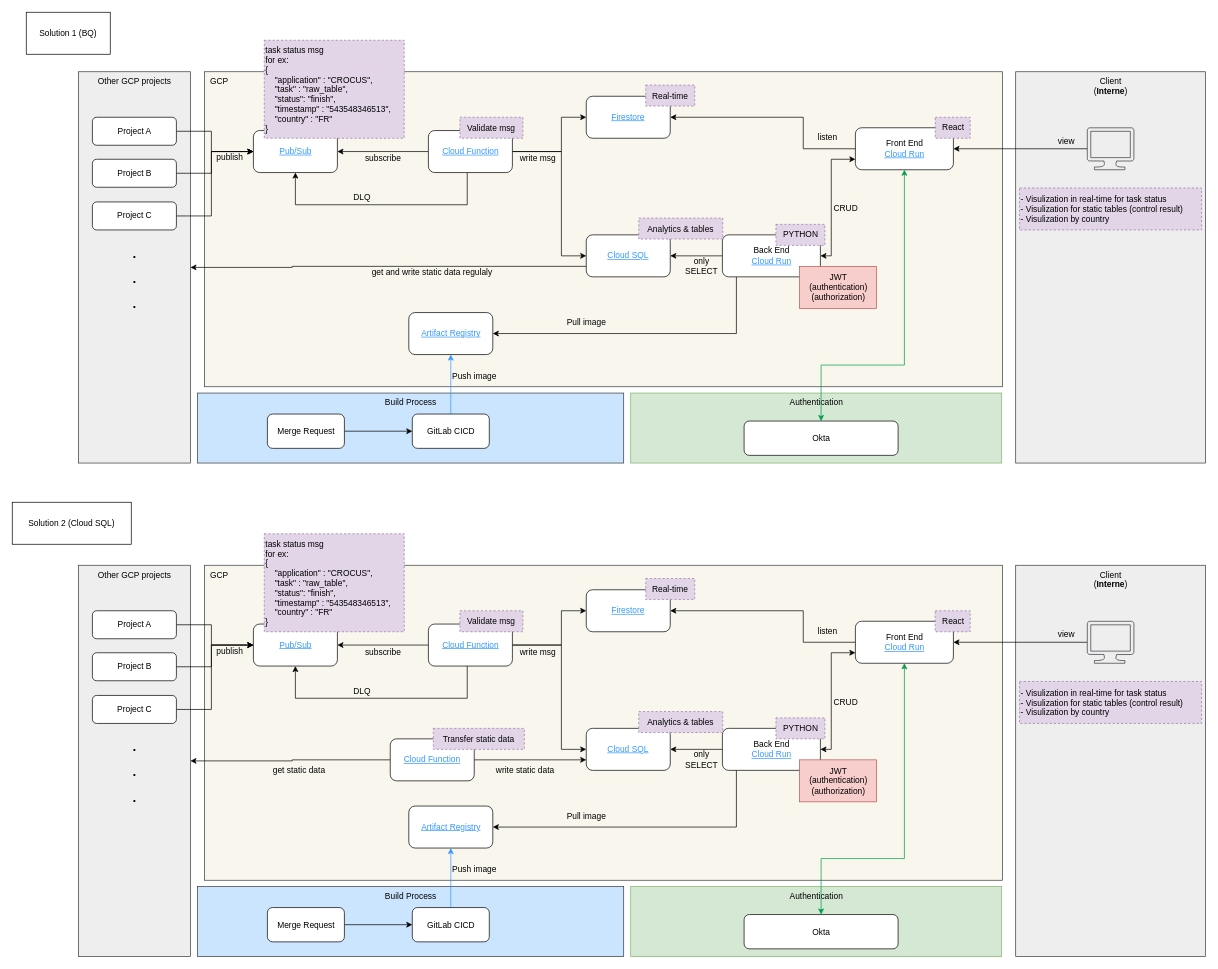
Earlier version of the draw.io diagram suivi_run.drawio (wunyu/drawio). Source tidied: cells renumbered, new cells numbered last; positions are measured from the earlier drawing's top-left corner, leaving out a move shared by most shapes. Both pictures are drawn from the tidied source at 70%, with x=0, y=0 at pixel (12, 12).
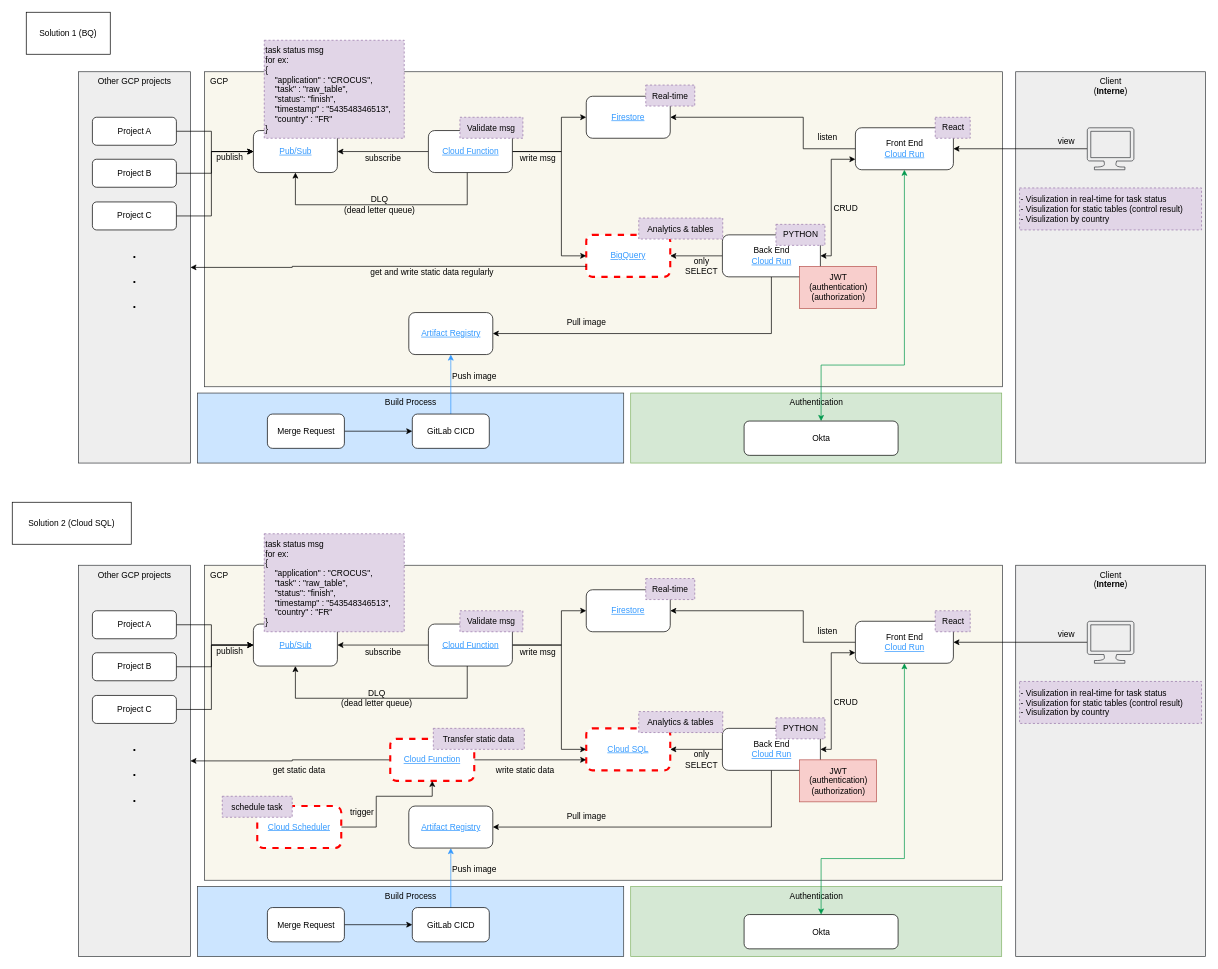
After the change.

Unchanged cells that the change refers to:
```xml
<mxCell id="11" value="Back End&lt;div&gt;&lt;font style=&quot;color: rgb(51, 153, 255);&quot;&gt;&lt;u&gt;Cloud Run&lt;/u&gt;&lt;/font&gt;&lt;/div&gt;" style="rounded=1;whiteSpace=wrap;html=1;" parent="1" vertex="1">
  <mxGeometry x="1014.5" y="1023" width="140" height="60" as="geometry" />
</mxCell>
<mxCell id="18" value="&lt;font style=&quot;color: rgb(51, 153, 255);&quot;&gt;&lt;u&gt;Artifact Registry&lt;/u&gt;&lt;/font&gt;" style="rounded=1;whiteSpace=wrap;html=1;" parent="1" vertex="1">
  <mxGeometry x="566.5" y="1134" width="120" height="60" as="geometry" />
</mxCell>
<mxCell id="74" value="Back End&lt;div&gt;&lt;font style=&quot;color: rgb(51, 153, 255);&quot;&gt;&lt;u&gt;Cloud Run&lt;/u&gt;&lt;/font&gt;&lt;/div&gt;" style="rounded=1;whiteSpace=wrap;html=1;" parent="1" vertex="1">
  <mxGeometry x="1014.5" y="318" width="140" height="60" as="geometry" />
</mxCell>
<mxCell id="81" value="&lt;font style=&quot;color: rgb(51, 153, 255);&quot;&gt;&lt;u&gt;Artifact Registry&lt;/u&gt;&lt;/font&gt;" style="rounded=1;whiteSpace=wrap;html=1;" parent="1" vertex="1">
  <mxGeometry x="566.5" y="429" width="120" height="60" as="geometry" />
</mxCell>
```

Change to the diagram source:
```diff
@@
     <mxCell id="10" style="edgeStyle=orthogonalEdgeStyle;rounded=0;jettySize=auto;html=1;entryX=1;entryY=0.5;entryDx=0;entryDy=0;" parent="1" edge="1" source="11" target="18">
       <mxGeometry relative="1" as="geometry">
         <Array as="points">
-          <mxPoint x="1034.5" y="1164" />
+          <mxPoint x="1085" y="1164" />
         </Array>
       </mxGeometry>
     </mxCell>
@@
-    <mxCell id="12" value="&lt;div&gt;&lt;font color=&quot;#3399ff&quot;&gt;&lt;u&gt;Cloud SQL&lt;/u&gt;&lt;/font&gt;&lt;/div&gt;" style="rounded=1;whiteSpace=wrap;html=1;" parent="1" vertex="1">
+    <mxCell id="12" value="&lt;div&gt;&lt;font color=&quot;#3399ff&quot;&gt;&lt;u&gt;Cloud SQL&lt;/u&gt;&lt;/font&gt;&lt;/div&gt;" style="rounded=1;whiteSpace=wrap;html=1;gradientColor=none;fillStyle=auto;strokeColor=#FF0000;strokeWidth=3;dashed=1;" parent="1" vertex="1">
       <mxGeometry x="820" y="1023" width="120" height="60" as="geometry" />
     </mxCell>
@@
-    <mxCell id="59" value="DLQ" style="text;html=1;whiteSpace=wrap;strokeColor=none;fillColor=none;align=center;verticalAlign=middle;rounded=0;" parent="1" vertex="1">
-      <mxGeometry x="470" y="955" width="60" height="30" as="geometry" />
-    </mxCell>
@@
-    <mxCell id="62" value="&lt;font color=&quot;#3399ff&quot;&gt;&lt;u&gt;Cloud Function&lt;/u&gt;&lt;/font&gt;" style="rounded=1;whiteSpace=wrap;html=1;" parent="1" vertex="1">
+    <mxCell id="62" value="&lt;font color=&quot;#3399ff&quot;&gt;&lt;u&gt;Cloud Function&lt;/u&gt;&lt;/font&gt;" style="rounded=1;whiteSpace=wrap;html=1;gradientColor=none;fillStyle=auto;strokeColor=#FF0000;strokeWidth=3;dashed=1;" parent="1" vertex="1">
       <mxGeometry x="540" y="1038" width="120" height="60" as="geometry" />
     </mxCell>
@@
     <mxCell id="73" style="edgeStyle=orthogonalEdgeStyle;rounded=0;jettySize=auto;html=1;entryX=1;entryY=0.5;entryDx=0;entryDy=0;" parent="1" edge="1" source="74" target="81">
       <mxGeometry relative="1" as="geometry">
         <Array as="points">
-          <mxPoint x="1034.5" y="459" />
+          <mxPoint x="1085" y="459" />
         </Array>
       </mxGeometry>
     </mxCell>
@@
-    <mxCell id="75" value="&lt;div&gt;&lt;font color=&quot;#3399ff&quot;&gt;&lt;u&gt;Cloud SQL&lt;/u&gt;&lt;/font&gt;&lt;/div&gt;" style="rounded=1;whiteSpace=wrap;html=1;" parent="1" vertex="1">
+    <mxCell id="75" value="&lt;div&gt;&lt;font color=&quot;#3399ff&quot;&gt;&lt;u&gt;BigQuery&lt;/u&gt;&lt;/font&gt;&lt;/div&gt;" style="rounded=1;whiteSpace=wrap;html=1;strokeColor=#FF0000;strokeWidth=3;dashed=1;" parent="1" vertex="1">
       <mxGeometry x="820" y="318" width="120" height="60" as="geometry" />
     </mxCell>
@@
-    <mxCell id="119" value="get and write static data regulaly" style="text;html=1;whiteSpace=wrap;strokeColor=none;fillColor=none;align=center;verticalAlign=middle;rounded=0;" parent="1" vertex="1">
+    <mxCell id="119" value="get and write static data regularly" style="text;html=1;whiteSpace=wrap;strokeColor=none;fillColor=none;align=center;verticalAlign=middle;rounded=0;" parent="1" vertex="1">
       <mxGeometry x="500" y="357" width="200" height="30" as="geometry" />
     </mxCell>
-    <mxCell id="120" value="DLQ" style="text;html=1;whiteSpace=wrap;strokeColor=none;fillColor=none;align=center;verticalAlign=middle;rounded=0;" parent="1" vertex="1">
-      <mxGeometry x="470" y="250" width="60" height="30" as="geometry" />
+    <mxCell id="120" value="DLQ&lt;div&gt;(dead letter queue)&lt;/div&gt;" style="text;html=1;whiteSpace=wrap;strokeColor=none;fillColor=none;align=center;verticalAlign=middle;rounded=0;" parent="1" vertex="1">
+      <mxGeometry x="464.5" y="260" width="120" height="30" as="geometry" />
     </mxCell>
@@
+    <mxCell id="122" style="edgeStyle=orthogonalEdgeStyle;rounded=0;jettySize=auto;html=1;entryX=0.5;entryY=1;entryDx=0;entryDy=0;" parent="1" edge="1" source="123" target="62">
+      <mxGeometry relative="1" as="geometry">
+        <Array as="points">
+          <mxPoint x="520" y="1164" />
+          <mxPoint x="520" y="1120" />
+          <mxPoint x="600" y="1120" />
+        </Array>
+      </mxGeometry>
+    </mxCell>
+    <mxCell id="123" value="&lt;font color=&quot;#3399ff&quot;&gt;&lt;u&gt;Cloud Scheduler&lt;/u&gt;&lt;/font&gt;" style="rounded=1;whiteSpace=wrap;html=1;gradientColor=none;fillStyle=auto;strokeColor=#FF0000;strokeWidth=3;dashed=1;" parent="1" vertex="1">
+      <mxGeometry x="350" y="1134" width="120" height="60" as="geometry" />
+    </mxCell>
+    <mxCell id="124" value="trigger" style="text;html=1;whiteSpace=wrap;strokeColor=none;fillColor=none;align=center;verticalAlign=middle;rounded=0;" parent="1" vertex="1">
+      <mxGeometry x="470" y="1128" width="60" height="30" as="geometry" />
+    </mxCell>
+    <mxCell id="125" value="schedule task" style="text;align=center;verticalAlign=middle;strokeColor=#9673a6;fillColor=#e1d5e7;dashed=1;" parent="1" vertex="1">
+      <mxGeometry x="300" y="1120" width="100" height="30" as="geometry" />
+    </mxCell>
+    <mxCell id="126" value="DLQ&lt;div&gt;(dead letter queue)&lt;/div&gt;" style="text;html=1;whiteSpace=wrap;strokeColor=none;fillColor=none;align=center;verticalAlign=middle;rounded=0;" parent="1" vertex="1">
+      <mxGeometry x="461" y="965" width="120" height="30" as="geometry" />
+    </mxCell>
```
